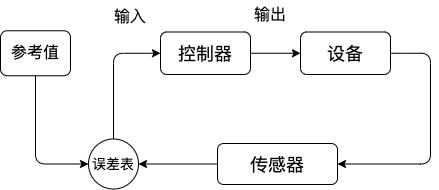
The draw.io diagram images/block/closed.drawio.png in ivaquero/book-control, before a commit. Source tidied: cells renumbered, new cells last; positions are measured from the earlier drawing's top-left corner, leaving out a move shared by most shapes. The source it was exported from:
```xml
<mxGraphModel>
  <root>
    <mxCell id="0" />
    <mxCell id="1" parent="0" />
    <mxCell id="2" style="edgeStyle=orthogonalEdgeStyle;html=1;fontSize=18;" parent="1" edge="1" source="3" target="8">
      <mxGeometry relative="1" as="geometry" />
    </mxCell>
    <mxCell id="3" value="传感器" style="rounded=1;whiteSpace=wrap;html=1;fontSize=18;" parent="1" vertex="1">
      <mxGeometry x="217" y="143" width="120" height="41" as="geometry" />
    </mxCell>
    <mxCell id="4" style="edgeStyle=orthogonalEdgeStyle;html=1;exitX=1;exitY=0.5;exitDx=0;exitDy=0;entryX=1;entryY=0.5;entryDx=0;entryDy=0;fontSize=18;startArrow=none;" parent="1" edge="1" source="13" target="3">
      <mxGeometry relative="1" as="geometry">
        <Array as="points">
          <mxPoint x="430" y="53" />
          <mxPoint x="430" y="164" />
        </Array>
      </mxGeometry>
    </mxCell>
    <mxCell id="5" style="edgeStyle=none;html=1;" parent="1" edge="1" source="6" target="13">
      <mxGeometry relative="1" as="geometry" />
    </mxCell>
    <mxCell id="6" value="控制器" style="rounded=1;whiteSpace=wrap;html=1;fontSize=18;" parent="1" vertex="1">
      <mxGeometry x="160" y="31.5" width="90" height="42.5" as="geometry" />
    </mxCell>
    <mxCell id="7" style="edgeStyle=orthogonalEdgeStyle;html=1;exitX=0.5;exitY=0;exitDx=0;exitDy=0;entryX=0;entryY=0.5;entryDx=0;entryDy=0;" parent="1" edge="1" source="8" target="6">
      <mxGeometry relative="1" as="geometry" />
    </mxCell>
    <mxCell id="8" value="&lt;font style=&quot;font-size: 14px;&quot;&gt;误差表&lt;/font&gt;" style="ellipse;whiteSpace=wrap;html=1;fontSize=14;" parent="1" vertex="1">
      <mxGeometry x="88" y="138.5" width="50" height="50" as="geometry" />
    </mxCell>
    <mxCell id="9" style="edgeStyle=orthogonalEdgeStyle;html=1;fontSize=18;exitX=0.5;exitY=1;exitDx=0;exitDy=0;entryX=0;entryY=0.5;entryDx=0;entryDy=0;" parent="1" edge="1" source="10" target="8">
      <mxGeometry relative="1" as="geometry" />
    </mxCell>
    <mxCell id="10" value="参考值" style="rounded=1;whiteSpace=wrap;html=1;fontSize=16;" parent="1" vertex="1">
      <mxGeometry y="30.2" width="70" height="45" as="geometry" />
    </mxCell>
    <mxCell id="11" value="输入" style="text;html=1;strokeColor=none;fillColor=none;align=center;verticalAlign=middle;whiteSpace=wrap;rounded=0;fontSize=16;" parent="1" vertex="1">
      <mxGeometry x="100" y="1.5" width="60" height="30" as="geometry" />
    </mxCell>
    <mxCell id="12" value="输出" style="text;html=1;strokeColor=none;fillColor=none;align=center;verticalAlign=middle;whiteSpace=wrap;rounded=0;fontSize=16;" parent="1" vertex="1">
      <mxGeometry x="240" y="0.2" width="60" height="30" as="geometry" />
    </mxCell>
    <mxCell id="13" value="设备" style="rounded=1;whiteSpace=wrap;html=1;fontSize=18;" parent="1" vertex="1">
      <mxGeometry x="300" y="31.5" width="90" height="42.5" as="geometry" />
    </mxCell>
  </root>
</mxGraphModel>
```
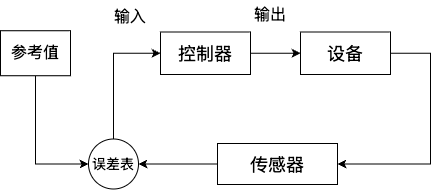
Later version of the same file.

What changed in the source:
```diff
@@ -5,10 +5,10 @@
     <mxCell id="2" style="edgeStyle=orthogonalEdgeStyle;html=1;fontSize=18;" parent="1" edge="1" source="3" target="8">
       <mxGeometry relative="1" as="geometry" />
     </mxCell>
-    <mxCell id="3" value="传感器" style="rounded=1;whiteSpace=wrap;html=1;fontSize=18;" parent="1" vertex="1">
+    <mxCell id="3" value="传感器" style="rounded=0;whiteSpace=wrap;html=1;fontSize=18;" parent="1" vertex="1">
       <mxGeometry x="217" y="143" width="120" height="41" as="geometry" />
     </mxCell>
-    <mxCell id="4" style="edgeStyle=orthogonalEdgeStyle;html=1;exitX=1;exitY=0.5;exitDx=0;exitDy=0;entryX=1;entryY=0.5;entryDx=0;entryDy=0;fontSize=18;startArrow=none;" parent="1" edge="1" source="13" target="3">
+    <mxCell id="4" style="edgeStyle=orthogonalEdgeStyle;html=1;exitX=1;exitY=0.5;exitDx=0;exitDy=0;entryX=1;entryY=0.5;entryDx=0;entryDy=0;fontSize=18;startArrow=none;rounded=0;" parent="1" edge="1" source="13" target="3">
       <mxGeometry relative="1" as="geometry">
         <Array as="points">
           <mxPoint x="430" y="53" />
@@ -19,19 +19,19 @@
     <mxCell id="5" style="edgeStyle=none;html=1;" parent="1" edge="1" source="6" target="13">
       <mxGeometry relative="1" as="geometry" />
     </mxCell>
-    <mxCell id="6" value="控制器" style="rounded=1;whiteSpace=wrap;html=1;fontSize=18;" parent="1" vertex="1">
+    <mxCell id="6" value="控制器" style="rounded=0;whiteSpace=wrap;html=1;fontSize=18;" parent="1" vertex="1">
       <mxGeometry x="160" y="31.5" width="90" height="42.5" as="geometry" />
     </mxCell>
-    <mxCell id="7" style="edgeStyle=orthogonalEdgeStyle;html=1;exitX=0.5;exitY=0;exitDx=0;exitDy=0;entryX=0;entryY=0.5;entryDx=0;entryDy=0;" parent="1" edge="1" source="8" target="6">
+    <mxCell id="7" style="edgeStyle=orthogonalEdgeStyle;html=1;exitX=0.5;exitY=0;exitDx=0;exitDy=0;entryX=0;entryY=0.5;entryDx=0;entryDy=0;rounded=0;" parent="1" edge="1" source="8" target="6">
       <mxGeometry relative="1" as="geometry" />
     </mxCell>
     <mxCell id="8" value="&lt;font style=&quot;font-size: 14px;&quot;&gt;误差表&lt;/font&gt;" style="ellipse;whiteSpace=wrap;html=1;fontSize=14;" parent="1" vertex="1">
       <mxGeometry x="88" y="138.5" width="50" height="50" as="geometry" />
     </mxCell>
-    <mxCell id="9" style="edgeStyle=orthogonalEdgeStyle;html=1;fontSize=18;exitX=0.5;exitY=1;exitDx=0;exitDy=0;entryX=0;entryY=0.5;entryDx=0;entryDy=0;" parent="1" edge="1" source="10" target="8">
+    <mxCell id="9" style="edgeStyle=orthogonalEdgeStyle;html=1;fontSize=18;exitX=0.5;exitY=1;exitDx=0;exitDy=0;entryX=0;entryY=0.5;entryDx=0;entryDy=0;rounded=0;" parent="1" edge="1" source="10" target="8">
       <mxGeometry relative="1" as="geometry" />
     </mxCell>
-    <mxCell id="10" value="参考值" style="rounded=1;whiteSpace=wrap;html=1;fontSize=16;" parent="1" vertex="1">
+    <mxCell id="10" value="参考值" style="rounded=0;whiteSpace=wrap;html=1;fontSize=16;" parent="1" vertex="1">
       <mxGeometry y="30.2" width="70" height="45" as="geometry" />
     </mxCell>
     <mxCell id="11" value="输入" style="text;html=1;strokeColor=none;fillColor=none;align=center;verticalAlign=middle;whiteSpace=wrap;rounded=0;fontSize=16;" parent="1" vertex="1">
@@ -40,7 +40,7 @@
     <mxCell id="12" value="输出" style="text;html=1;strokeColor=none;fillColor=none;align=center;verticalAlign=middle;whiteSpace=wrap;rounded=0;fontSize=16;" parent="1" vertex="1">
       <mxGeometry x="240" y="0.2" width="60" height="30" as="geometry" />
     </mxCell>
-    <mxCell id="13" value="设备" style="rounded=1;whiteSpace=wrap;html=1;fontSize=18;" parent="1" vertex="1">
+    <mxCell id="13" value="设备" style="rounded=0;whiteSpace=wrap;html=1;fontSize=18;" parent="1" vertex="1">
       <mxGeometry x="300" y="31.5" width="90" height="42.5" as="geometry" />
     </mxCell>
   </root>
```
